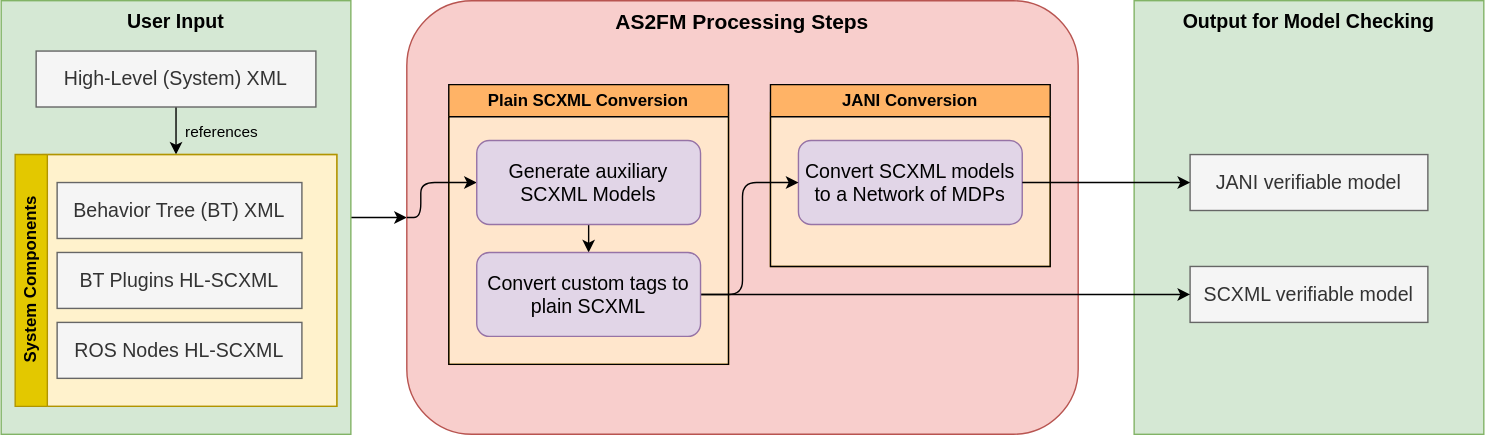
Earlier version of the draw.io export docs/source/graphics/as2fm_overview.drawio.svg (convince-project/AS2FM). Source tidied: cells renumbered, new cells last; positions are measured from the earlier drawing's top-left corner, leaving out a move shared by most shapes.
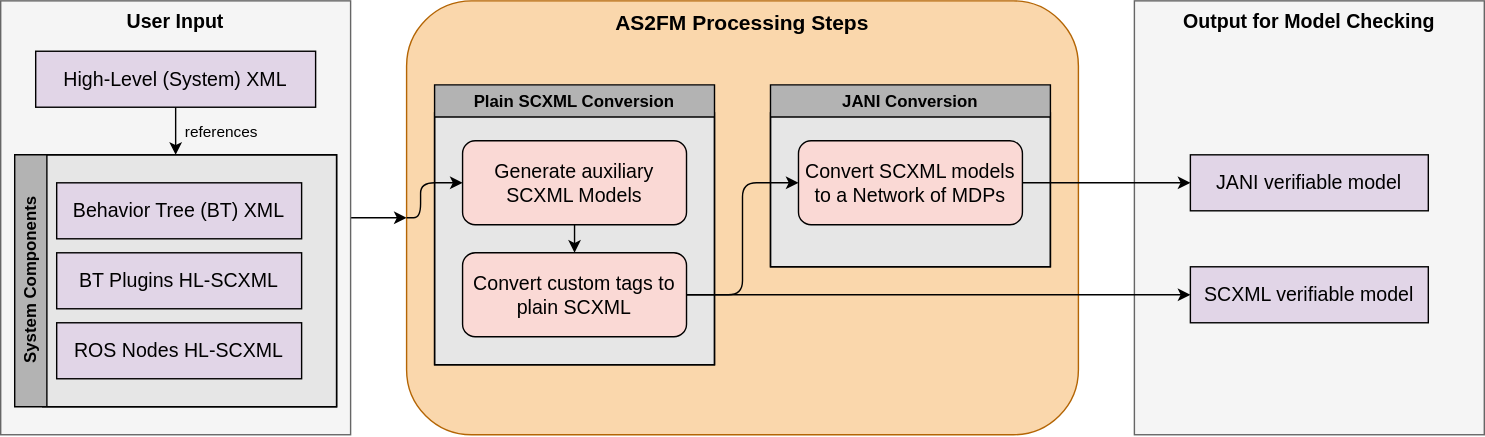
The same file after the commit.

Commit message:
less colors

What changed in the source:
```diff
@@ -2,43 +2,43 @@
   <root>
     <mxCell id="0" />
     <mxCell id="1" parent="0" />
-    <mxCell id="2" value="Output for Model Checking" style="rounded=0;whiteSpace=wrap;html=1;verticalAlign=top;fontStyle=1;fontSize=14;fillColor=#d5e8d4;strokeColor=#82b366;" parent="1" vertex="1">
+    <mxCell id="2" value="Output for Model Checking" style="rounded=0;whiteSpace=wrap;html=1;verticalAlign=top;fontStyle=1;fontSize=14;fillColor=#f5f5f5;fontColor=#000000;strokeColor=#666666;" parent="1" vertex="1">
       <mxGeometry x="810" width="250" height="310" as="geometry" />
     </mxCell>
     <mxCell id="3" style="edgeStyle=none;html=1;entryX=0;entryY=0.5;entryDx=0;entryDy=0;" parent="1" edge="1" source="4" target="8">
       <mxGeometry relative="1" as="geometry" />
     </mxCell>
-    <mxCell id="4" value="User Input" style="rounded=0;whiteSpace=wrap;html=1;verticalAlign=top;fontStyle=1;fontSize=14;fillColor=#d5e8d4;strokeColor=#82b366;" parent="1" vertex="1">
+    <mxCell id="4" value="User Input" style="rounded=0;whiteSpace=wrap;html=1;verticalAlign=top;fontStyle=1;fontSize=14;fillColor=#f5f5f5;fontColor=#000000;strokeColor=#666666;" parent="1" vertex="1">
       <mxGeometry width="250" height="310" as="geometry" />
     </mxCell>
-    <mxCell id="5" style="rounded=0;whiteSpace=wrap;html=1;fillColor=#fff2cc;strokeColor=#d6b656;" parent="1" vertex="1">
+    <mxCell id="5" style="rounded=0;whiteSpace=wrap;html=1;fillColor=#E6E6E6;strokeColor=#000000;" parent="1" vertex="1">
       <mxGeometry x="30" y="110" width="210" height="180" as="geometry" />
     </mxCell>
     <mxCell id="6" value="references" style="edgeStyle=none;html=1;entryX=0.5;entryY=0;entryDx=0;entryDy=0;align=left;labelBackgroundColor=none;" parent="1" edge="1" source="7" target="23">
       <mxGeometry x="0.05" y="5" relative="1" as="geometry" />
     </mxCell>
-    <mxCell id="7" value="High-Level (System) XML" style="rounded=0;whiteSpace=wrap;html=1;fontSize=14;fillColor=#f5f5f5;strokeColor=#666666;fontColor=#333333;" parent="1" vertex="1">
+    <mxCell id="7" value="High-Level (System) XML" style="rounded=0;whiteSpace=wrap;html=1;fontSize=14;fillColor=#e1d5e7;strokeColor=#000000;" parent="1" vertex="1">
       <mxGeometry x="25" y="36" width="200" height="40" as="geometry" />
     </mxCell>
-    <mxCell id="8" value="&lt;b&gt;&lt;font style=&quot;font-size: 15px;&quot;&gt;AS2FM Processing Steps&lt;/font&gt;&lt;/b&gt;" style="rounded=1;whiteSpace=wrap;html=1;verticalAlign=top;fillColor=#f8cecc;strokeColor=#b85450;" parent="1" vertex="1">
+    <mxCell id="8" value="&lt;b&gt;&lt;font style=&quot;font-size: 15px; color: rgb(0, 0, 0);&quot;&gt;AS2FM Processing Steps&lt;/font&gt;&lt;/b&gt;" style="rounded=1;whiteSpace=wrap;html=1;verticalAlign=top;fillColor=#fad7ac;strokeColor=#b46504;fontColor=#000000;" parent="1" vertex="1">
       <mxGeometry x="290" width="480" height="310" as="geometry" />
     </mxCell>
-    <mxCell id="9" style="rounded=0;whiteSpace=wrap;html=1;fillColor=#ffe6cc;strokeColor=#d79b00;" parent="1" vertex="1">
-      <mxGeometry x="320" y="80" width="200" height="180" as="geometry" />
+    <mxCell id="9" style="rounded=0;whiteSpace=wrap;html=1;fillColor=#E6E6E6;strokeColor=#000000;" parent="1" vertex="1">
+      <mxGeometry x="310" y="80" width="200" height="180" as="geometry" />
     </mxCell>
-    <mxCell id="10" style="rounded=0;whiteSpace=wrap;html=1;fillColor=#ffe6cc;strokeColor=#d79b00;" parent="1" vertex="1">
+    <mxCell id="10" style="rounded=0;whiteSpace=wrap;html=1;fillColor=#E6E6E6;strokeColor=#000000;" parent="1" vertex="1">
       <mxGeometry x="550" y="80" width="200" height="110" as="geometry" />
     </mxCell>
-    <mxCell id="11" value="JANI Conversion" style="swimlane;whiteSpace=wrap;html=1;fillColor=#FFB366;" parent="1" vertex="1">
+    <mxCell id="11" value="JANI Conversion" style="swimlane;whiteSpace=wrap;html=1;fillColor=#B3B3B3;fontColor=#000000;strokeColor=#000000;" parent="1" vertex="1">
       <mxGeometry x="550" y="60" width="200" height="130" as="geometry" />
     </mxCell>
-    <mxCell id="12" value="Convert SCXML models to a Network of MDPs" style="rounded=1;whiteSpace=wrap;html=1;fontSize=14;fillColor=#e1d5e7;strokeColor=#9673a6;" parent="11" vertex="1">
+    <mxCell id="12" value="Convert SCXML models to a Network of MDPs" style="rounded=1;whiteSpace=wrap;html=1;fontSize=14;fillColor=#fad9d5;strokeColor=#000000;" parent="11" vertex="1">
       <mxGeometry x="20" y="40" width="160" height="60" as="geometry" />
     </mxCell>
-    <mxCell id="13" value="JANI verifiable model" style="rounded=0;whiteSpace=wrap;html=1;fontSize=14;fillColor=#f5f5f5;strokeColor=#666666;fontColor=#333333;" parent="1" vertex="1">
+    <mxCell id="13" value="JANI verifiable model" style="rounded=0;whiteSpace=wrap;html=1;fontSize=14;fillColor=#e1d5e7;strokeColor=#000000;" parent="1" vertex="1">
       <mxGeometry x="850" y="110" width="170" height="40" as="geometry" />
     </mxCell>
-    <mxCell id="14" value="SCXML verifiable model" style="rounded=0;whiteSpace=wrap;html=1;fontSize=14;fillColor=#f5f5f5;strokeColor=#666666;fontColor=#333333;" parent="1" vertex="1">
+    <mxCell id="14" value="SCXML verifiable model" style="rounded=0;whiteSpace=wrap;html=1;fontSize=14;fillColor=#e1d5e7;strokeColor=#000000;" parent="1" vertex="1">
       <mxGeometry x="850" y="190" width="170" height="40" as="geometry" />
     </mxCell>
     <mxCell id="15" style="edgeStyle=none;html=1;entryX=0;entryY=0.5;entryDx=0;entryDy=0;" parent="1" edge="1" source="8" target="21">
@@ -67,28 +67,28 @@
     <mxCell id="18" style="edgeStyle=none;html=1;exitX=1;exitY=0.5;exitDx=0;exitDy=0;entryX=0;entryY=0.5;entryDx=0;entryDy=0;" parent="1" edge="1" source="12" target="13">
       <mxGeometry relative="1" as="geometry" />
     </mxCell>
-    <mxCell id="19" value="Plain SCXML Conversion" style="swimlane;whiteSpace=wrap;html=1;fillColor=#FFB366;" parent="1" vertex="1">
-      <mxGeometry x="320" y="60" width="200" height="200" as="geometry" />
+    <mxCell id="19" value="Plain SCXML Conversion" style="swimlane;whiteSpace=wrap;html=1;fillColor=#B3B3B3;startSize=23;strokeColor=#000000;fontColor=#000000;" parent="1" vertex="1">
+      <mxGeometry x="310" y="60" width="200" height="200" as="geometry" />
     </mxCell>
     <mxCell id="20" style="edgeStyle=none;html=1;exitX=0.5;exitY=1;exitDx=0;exitDy=0;entryX=0.5;entryY=0;entryDx=0;entryDy=0;" parent="19" edge="1" source="21" target="22">
       <mxGeometry relative="1" as="geometry" />
     </mxCell>
-    <mxCell id="21" value="Generate auxiliary SCXML Models" style="rounded=1;whiteSpace=wrap;html=1;fontSize=14;fillColor=#e1d5e7;strokeColor=#9673a6;" parent="19" vertex="1">
+    <mxCell id="21" value="Generate auxiliary SCXML Models" style="rounded=1;whiteSpace=wrap;html=1;fontSize=14;fillColor=#fad9d5;strokeColor=#000000;" parent="19" vertex="1">
       <mxGeometry x="20" y="40" width="160" height="60" as="geometry" />
     </mxCell>
-    <mxCell id="22" value="Convert custom tags to plain SCXML" style="rounded=1;whiteSpace=wrap;html=1;fontSize=14;fillColor=#e1d5e7;strokeColor=#9673a6;" parent="19" vertex="1">
+    <mxCell id="22" value="Convert custom tags to plain SCXML" style="rounded=1;whiteSpace=wrap;html=1;fontSize=14;fillColor=#fad9d5;strokeColor=#000000;" parent="19" vertex="1">
       <mxGeometry x="20" y="120" width="160" height="60" as="geometry" />
     </mxCell>
-    <mxCell id="23" value="&lt;span&gt;System Components&lt;/span&gt;" style="swimlane;horizontal=0;whiteSpace=wrap;html=1;fillColor=#e3c800;strokeColor=#B09500;labelBackgroundColor=none;fontColor=#000000;" parent="1" vertex="1">
+    <mxCell id="23" value="&lt;span&gt;&lt;font style=&quot;color: rgb(0, 0, 0);&quot;&gt;System Components&lt;/font&gt;&lt;/span&gt;" style="swimlane;horizontal=0;whiteSpace=wrap;html=1;fillColor=#B3B3B3;strokeColor=#000000;labelBackgroundColor=none;" parent="1" vertex="1">
       <mxGeometry x="10" y="110" width="230" height="180" as="geometry" />
     </mxCell>
-    <mxCell id="24" value="Behavior Tree (BT) XML" style="rounded=0;whiteSpace=wrap;html=1;fontSize=14;fillColor=#f5f5f5;strokeColor=#666666;fontColor=#333333;" parent="23" vertex="1">
+    <mxCell id="24" value="Behavior Tree (BT) XML" style="rounded=0;whiteSpace=wrap;html=1;fontSize=14;fillColor=#e1d5e7;strokeColor=#000000;" parent="23" vertex="1">
       <mxGeometry x="30" y="20" width="175" height="40" as="geometry" />
     </mxCell>
-    <mxCell id="25" value="BT Plugins HL-SCXML" style="rounded=0;whiteSpace=wrap;html=1;fontSize=14;fillColor=#f5f5f5;strokeColor=#666666;fontColor=#333333;" parent="23" vertex="1">
+    <mxCell id="25" value="BT Plugins HL-SCXML" style="rounded=0;whiteSpace=wrap;html=1;fontSize=14;fillColor=#e1d5e7;strokeColor=#000000;" parent="23" vertex="1">
       <mxGeometry x="30" y="70" width="175" height="40" as="geometry" />
     </mxCell>
-    <mxCell id="26" value="ROS Nodes HL-SCXML" style="rounded=0;whiteSpace=wrap;html=1;fontSize=14;fillColor=#f5f5f5;strokeColor=#666666;fontColor=#333333;" parent="23" vertex="1">
+    <mxCell id="26" value="ROS Nodes HL-SCXML" style="rounded=0;whiteSpace=wrap;html=1;fontSize=14;fillColor=#e1d5e7;strokeColor=#000000;" parent="23" vertex="1">
       <mxGeometry x="30" y="120" width="175" height="40" as="geometry" />
     </mxCell>
   </root>
```
